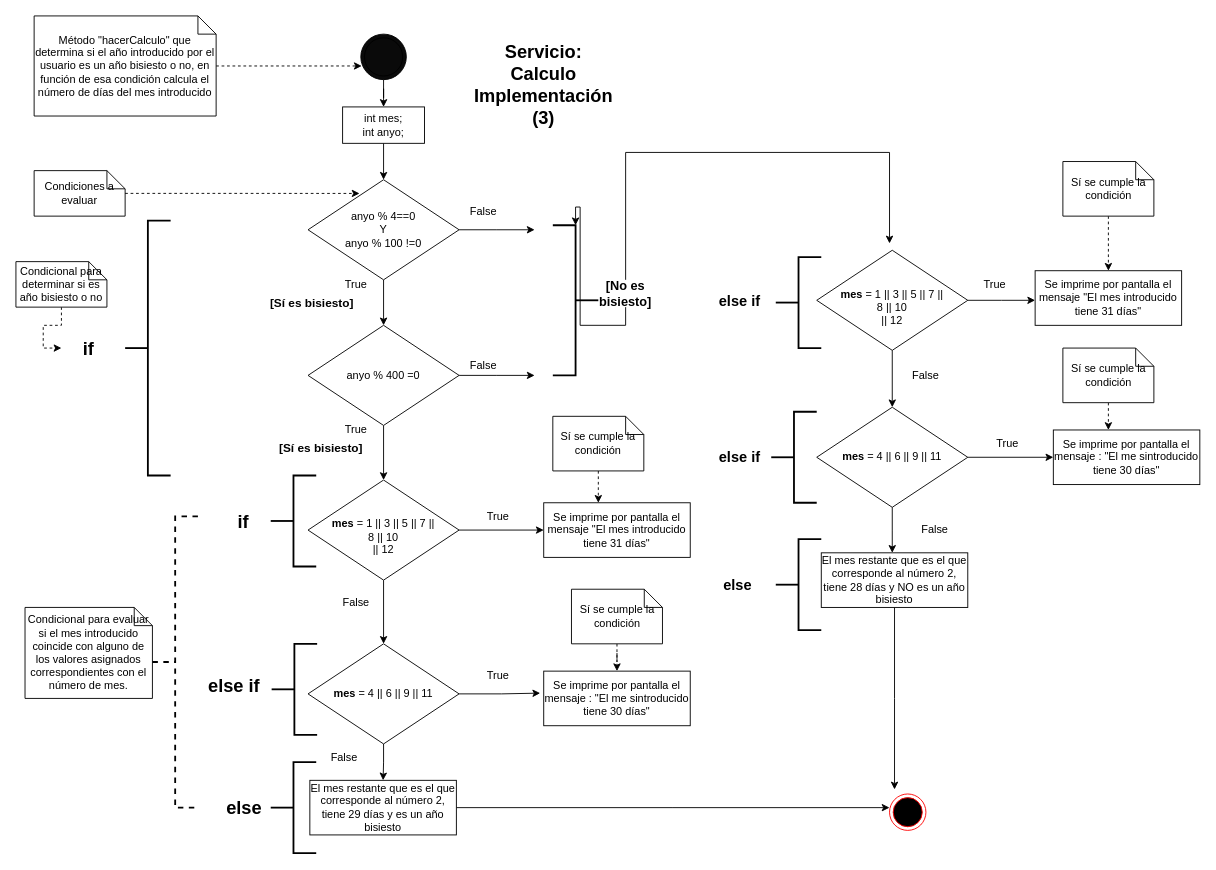
Before: page "Página-3" (3 of 3) of DIAGRAMA EJERCICIOMESES.drawio in Jaqueline120170/EjercicioMeses, a draw.io diagram. Source tidied: cells renumbered, new cells numbered last; positions are measured from the earlier drawing's top-left corner, leaving out a move shared by most shapes. Both pictures are drawn from the tidied source at 91%, with x=0, y=0 at pixel (15, 15).
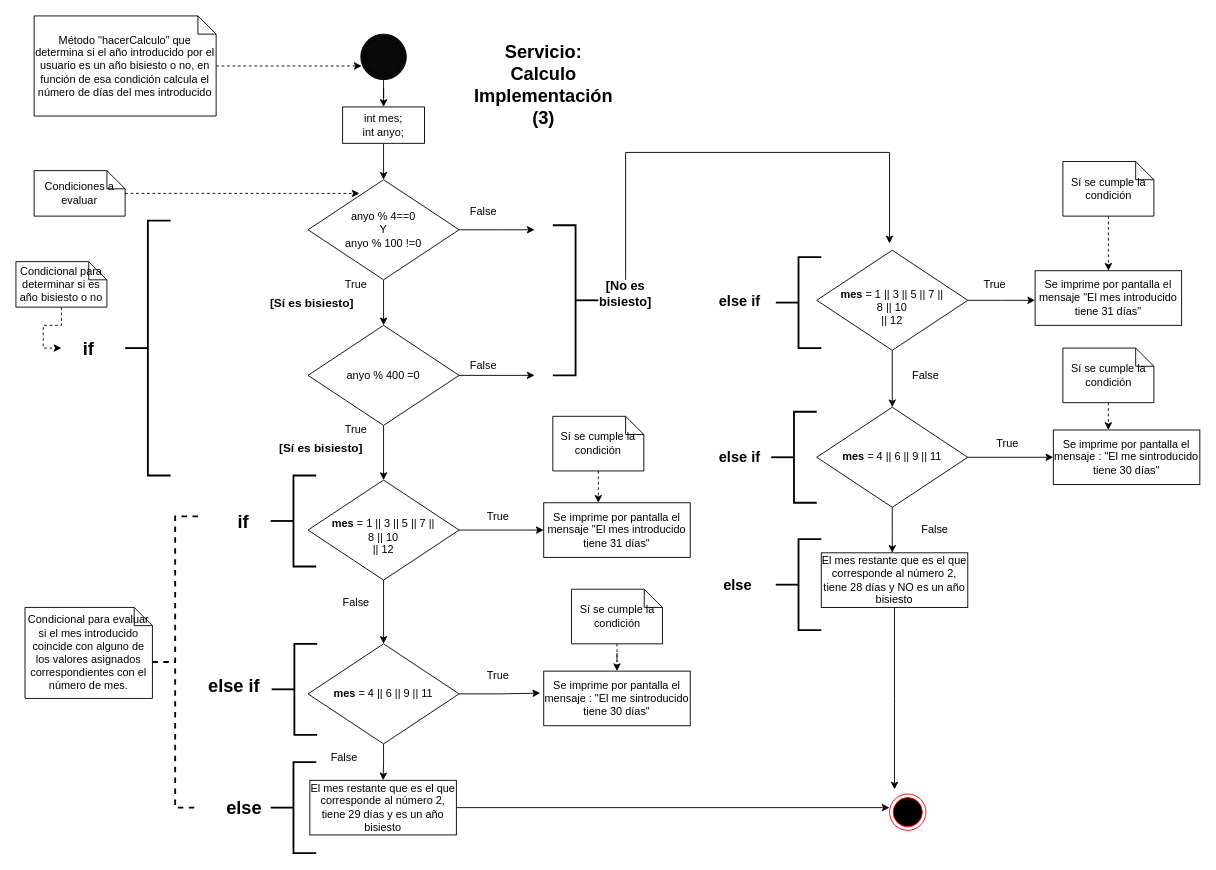
The same diagram, later.

Unchanged cells that the change refers to:
```xml
<mxCell id="43" style="strokeWidth=2;html=1;shape=mxgraph.flowchart.annotation_2;align=left;labelPosition=right;rotation=-180;" parent="1" vertex="1">
  <mxGeometry x="590" y="230" width="50" height="165" as="geometry" />
</mxCell>
<mxCell id="46" value="&lt;b&gt;&lt;font style=&quot;font-size: 14px;&quot;&gt;[No es bisiesto]&lt;/font&gt;&lt;/b&gt;" style="text;html=1;strokeColor=none;fillColor=none;align=center;verticalAlign=middle;whiteSpace=wrap;rounded=0;" parent="1" vertex="1">
  <mxGeometry x="640" y="290" width="60" height="30" as="geometry" />
</mxCell>
```

Diff of the diagram source:
```diff
@@
-    <mxCell id="44" style="edgeStyle=orthogonalEdgeStyle;rounded=0;jettySize=auto;html=1;" parent="1" edge="1" source="46" target="43">
-      <mxGeometry relative="1" as="geometry" />
-    </mxCell>
```
